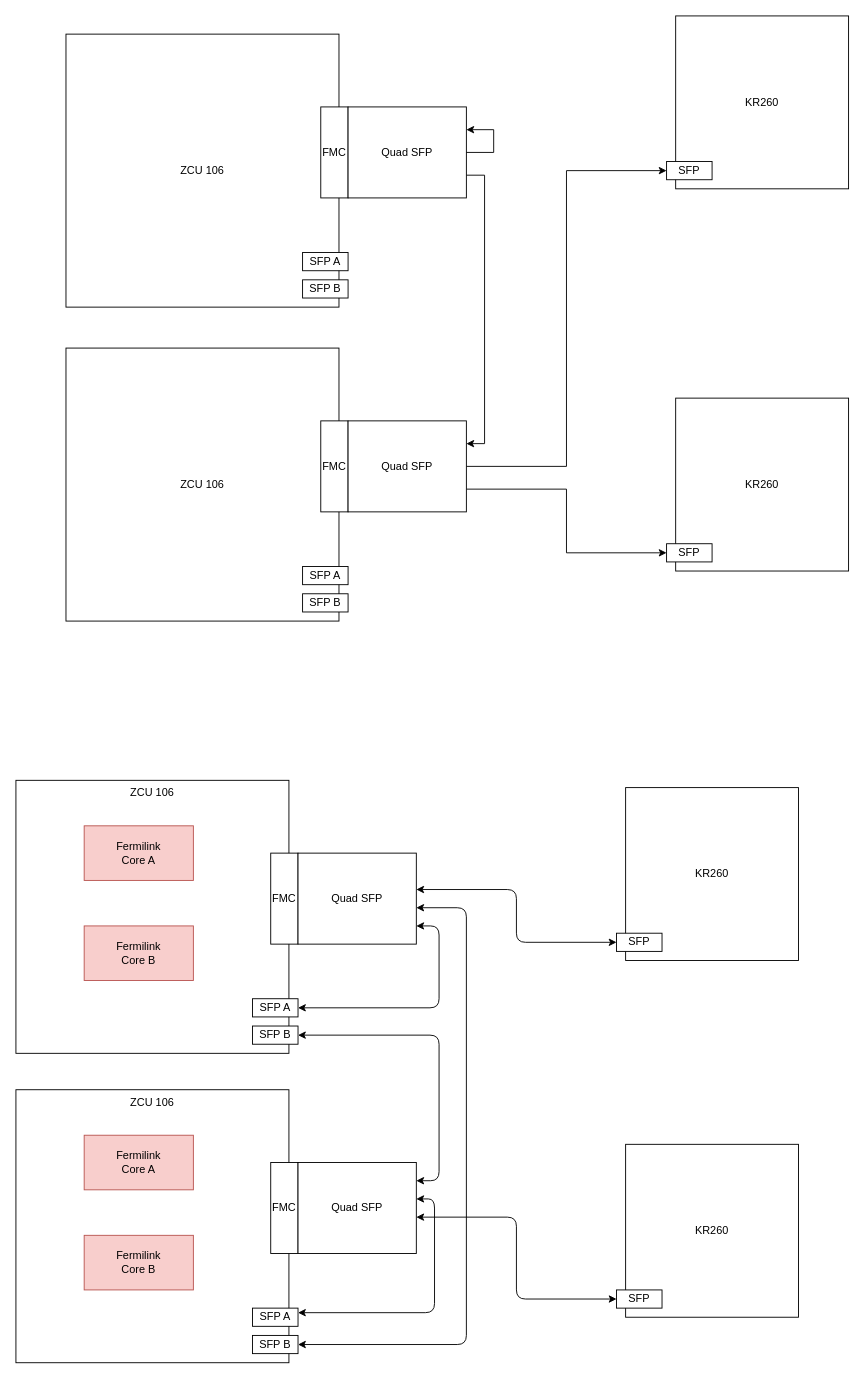
This is Fermilink_test_network.drawio from awhitbeck/drawio, a draw.io file, before an edit. Source tidied: cells renumbered, new cells numbered last; positions are measured from the earlier drawing's top-left corner, leaving out a move shared by most shapes. Both pictures are drawn from the tidied source at 91%, with x=0, y=0 at pixel (15, 15). Pictures stored in the file or linked from it are replaced by grey dashed boxes.
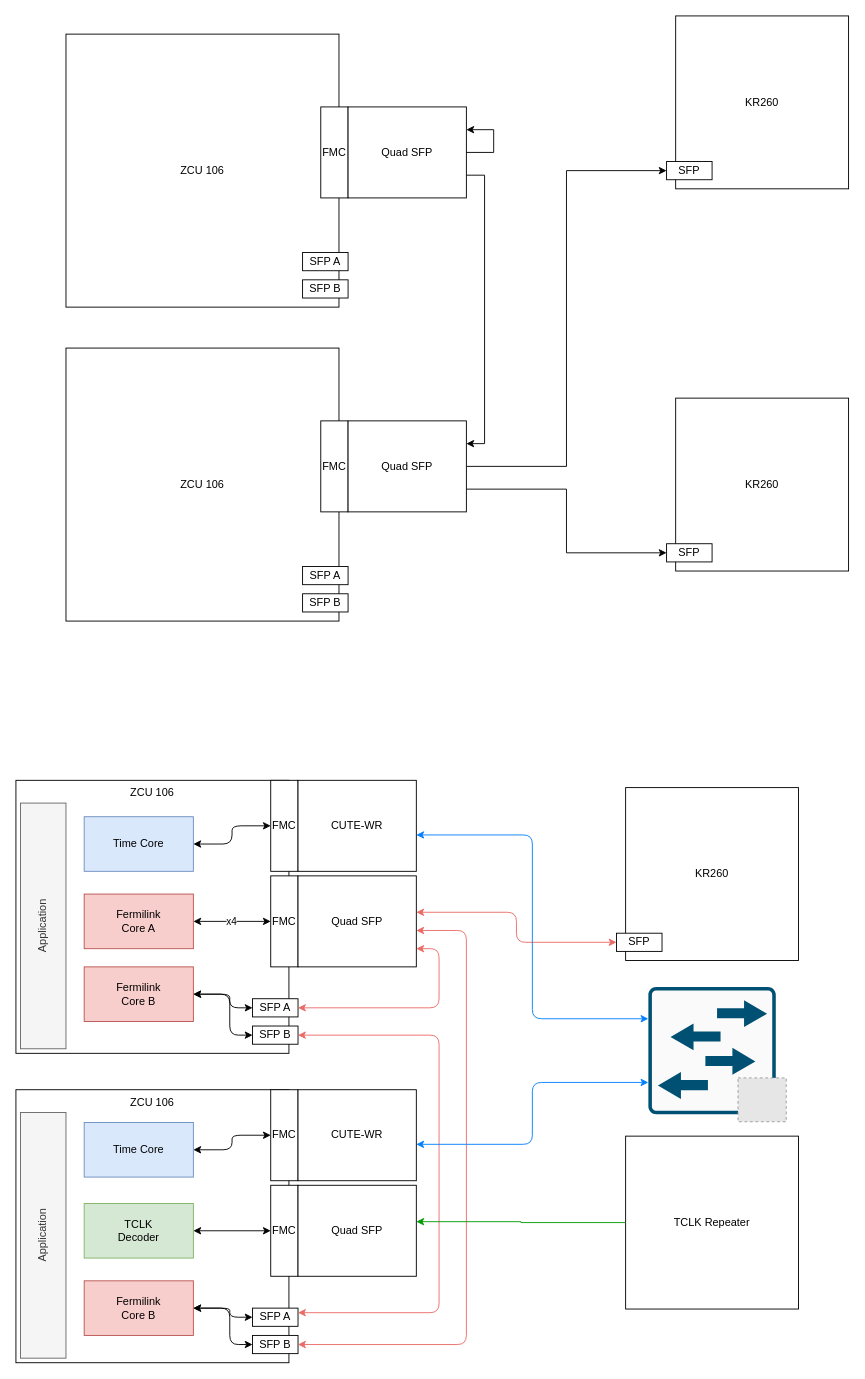
The same page after the edit.

The change refers to these unchanged cells:
```xml
<mxCell id="21" value="SFP B" style="rounded=0;whiteSpace=wrap;html=1;" parent="1" vertex="1">
  <mxGeometry x="260" y="1110" width="50" height="20" as="geometry" />
</mxCell>
<mxCell id="23" value="SFP A" style="rounded=0;whiteSpace=wrap;html=1;" parent="1" vertex="1">
  <mxGeometry x="260" y="1080" width="50" height="20" as="geometry" />
</mxCell>
<mxCell id="29" value="SFP" style="rounded=0;whiteSpace=wrap;html=1;" parent="1" vertex="1">
  <mxGeometry x="660" y="1008" width="50" height="20" as="geometry" />
</mxCell>
<mxCell id="35" value="SFP B" style="rounded=0;whiteSpace=wrap;html=1;" parent="1" vertex="1">
  <mxGeometry x="260" y="1450" width="50" height="20" as="geometry" />
</mxCell>
<mxCell id="36" value="SFP A" style="rounded=0;whiteSpace=wrap;html=1;" parent="1" vertex="1">
  <mxGeometry x="260" y="1420" width="50" height="20" as="geometry" />
</mxCell>
```

Diff of the diagram source:
```diff
@@
+    <mxCell id="44" style="edgeStyle=orthogonalEdgeStyle;rounded=1;jettySize=auto;html=1;exitX=0;exitY=0.5;exitDx=0;exitDy=0;entryX=1;entryY=0.5;entryDx=0;entryDy=0;curved=0;startArrow=classic;startFill=1;" parent="1" edge="1" source="21" target="33">
+      <mxGeometry relative="1" as="geometry">
+        <Array as="points">
+          <mxPoint x="235" y="1120" />
+          <mxPoint x="235" y="1075" />
+        </Array>
+      </mxGeometry>
+    </mxCell>
@@
-    <mxCell id="22" style="edgeStyle=orthogonalEdgeStyle;rounded=1;jettySize=auto;html=1;exitX=1;exitY=0.5;exitDx=0;exitDy=0;entryX=1;entryY=0.2;entryDx=0;entryDy=0;entryPerimeter=0;startArrow=classic;startFill=1;curved=0;" parent="1" edge="1" source="21" target="40">
+    <mxCell id="22" style="edgeStyle=orthogonalEdgeStyle;rounded=1;jettySize=auto;html=1;exitX=1;exitY=0.5;exitDx=0;exitDy=0;entryX=1;entryY=0.25;entryDx=0;entryDy=0;startArrow=classic;startFill=1;curved=0;strokeColor=#EA6B66;" parent="1" edge="1" source="21" target="36">
       <mxGeometry relative="1" as="geometry">
         <Array as="points">
           <mxPoint x="465" y="1120" />
-          <mxPoint x="465" y="1280" />
+          <mxPoint x="465" y="1425" />
         </Array>
       </mxGeometry>
     </mxCell>
+    <mxCell id="45" style="edgeStyle=orthogonalEdgeStyle;rounded=1;jettySize=auto;html=1;exitX=0;exitY=0.5;exitDx=0;exitDy=0;entryX=1;entryY=0.5;entryDx=0;entryDy=0;curved=0;startArrow=classic;startFill=1;" parent="1" edge="1" source="23" target="33">
+      <mxGeometry relative="1" as="geometry">
+        <Array as="points">
+          <mxPoint x="235" y="1090" />
+          <mxPoint x="235" y="1075" />
+        </Array>
+      </mxGeometry>
+    </mxCell>
@@
+    <mxCell id="46" value="x4" style="edgeStyle=orthogonalEdgeStyle;rounded=1;jettySize=auto;html=1;exitX=0;exitY=0.5;exitDx=0;exitDy=0;entryX=1;entryY=0.5;entryDx=0;entryDy=0;startArrow=classic;startFill=1;curved=0;" parent="1" edge="1" source="24" target="32">
+      <mxGeometry relative="1" as="geometry" />
+    </mxCell>
     <mxCell id="24" value="FMC" style="rounded=0;whiteSpace=wrap;html=1;" parent="1" vertex="1">
-      <mxGeometry x="280" y="920" width="30" height="100" as="geometry" />
+      <mxGeometry x="280" y="945" width="30" height="100" as="geometry" />
     </mxCell>
-    <mxCell id="25" style="edgeStyle=orthogonalEdgeStyle;rounded=1;jettySize=auto;html=1;exitX=1;exitY=0.8;exitDx=0;exitDy=0;exitPerimeter=0;entryX=1;entryY=0.5;entryDx=0;entryDy=0;startArrow=classic;startFill=1;curved=0;" parent="1" edge="1" source="27" target="23">
+    <mxCell id="25" style="edgeStyle=orthogonalEdgeStyle;rounded=1;jettySize=auto;html=1;exitX=1;exitY=0.8;exitDx=0;exitDy=0;exitPerimeter=0;entryX=1;entryY=0.5;entryDx=0;entryDy=0;startArrow=classic;startFill=1;curved=0;strokeColor=#EA6B66;" parent="1" edge="1" source="27" target="23">
       <mxGeometry relative="1" as="geometry">
         <Array as="points">
-          <mxPoint x="465" y="1000" />
+          <mxPoint x="465" y="1025" />
           <mxPoint x="465" y="1090" />
         </Array>
       </mxGeometry>
     </mxCell>
-    <mxCell id="26" style="edgeStyle=orthogonalEdgeStyle;rounded=1;jettySize=auto;html=1;exitX=1;exitY=0.4;exitDx=0;exitDy=0;exitPerimeter=0;entryX=0;entryY=0.5;entryDx=0;entryDy=0;startArrow=classic;startFill=1;curved=0;" parent="1" edge="1" source="27" target="29">
+    <mxCell id="26" style="edgeStyle=orthogonalEdgeStyle;rounded=1;jettySize=auto;html=1;exitX=1;exitY=0.4;exitDx=0;exitDy=0;exitPerimeter=0;entryX=0;entryY=0.5;entryDx=0;entryDy=0;startArrow=classic;startFill=1;curved=0;strokeColor=#EA6B66;" parent="1" edge="1" source="27" target="29">
       <mxGeometry relative="1" as="geometry" />
     </mxCell>
     <mxCell id="27" value="Quad SFP" style="rounded=0;whiteSpace=wrap;html=1;points=[[0,0,0,0,0],[0,0.25,0,0,0],[0,0.5,0,0,0],[0,0.75,0,0,0],[0,1,0,0,0],[0.25,0,0,0,0],[0.25,1,0,0,0],[0.5,0,0,0,0],[0.5,1,0,0,0],[0.75,0,0,0,0],[0.75,1,0,0,0],[1,0,0,0,0],[1,0.2,0,0,0],[1,0.4,0,0,0],[1,0.6,0,0,0],[1,0.8,0,0,0],[1,1,0,0,0]];" parent="1" vertex="1">
-      <mxGeometry x="310" y="920" width="130" height="100" as="geometry" />
+      <mxGeometry x="310" y="945" width="130" height="100" as="geometry" />
     </mxCell>
@@
-    <mxCell id="30" value="KR260" style="rounded=0;whiteSpace=wrap;html=1;" parent="1" vertex="1">
-      <mxGeometry x="670" y="1240" width="190" height="190" as="geometry" />
-    </mxCell>
-    <mxCell id="31" value="SFP" style="rounded=0;whiteSpace=wrap;html=1;" parent="1" vertex="1">
-      <mxGeometry x="660" y="1400" width="50" height="20" as="geometry" />
-    </mxCell>
     <mxCell id="32" value="Fermilink &lt;br&gt;Core A" style="rounded=0;whiteSpace=wrap;html=1;fillColor=#f8cecc;strokeColor=#b85450;" parent="1" vertex="1">
-      <mxGeometry x="75" y="890" width="120" height="60" as="geometry" />
+      <mxGeometry x="75" y="965" width="120" height="60" as="geometry" />
     </mxCell>
     <mxCell id="33" value="Fermilink &lt;br&gt;Core B" style="rounded=0;whiteSpace=wrap;html=1;fillColor=#f8cecc;strokeColor=#b85450;" parent="1" vertex="1">
-      <mxGeometry x="75" y="1000" width="120" height="60" as="geometry" />
+      <mxGeometry x="75" y="1045" width="120" height="60" as="geometry" />
     </mxCell>
@@
+    <mxCell id="47" style="edgeStyle=orthogonalEdgeStyle;rounded=1;jettySize=auto;html=1;exitX=0;exitY=0.5;exitDx=0;exitDy=0;startArrow=classic;startFill=1;curved=0;entryX=1;entryY=0.5;entryDx=0;entryDy=0;" parent="1" edge="1" source="35" target="42">
+      <mxGeometry relative="1" as="geometry">
+        <Array as="points">
+          <mxPoint x="235" y="1460" />
+          <mxPoint x="235" y="1420" />
+        </Array>
+      </mxGeometry>
+    </mxCell>
@@
+    <mxCell id="48" style="edgeStyle=orthogonalEdgeStyle;rounded=1;jettySize=auto;html=1;exitX=0;exitY=0.5;exitDx=0;exitDy=0;entryX=1;entryY=0.5;entryDx=0;entryDy=0;startArrow=classic;startFill=1;curved=0;" parent="1" edge="1" source="36" target="42">
+      <mxGeometry relative="1" as="geometry">
+        <Array as="points">
+          <mxPoint x="235" y="1430" />
+          <mxPoint x="235" y="1420" />
+        </Array>
+      </mxGeometry>
+    </mxCell>
@@
+    <mxCell id="49" style="edgeStyle=orthogonalEdgeStyle;rounded=1;jettySize=auto;html=1;exitX=0;exitY=0.5;exitDx=0;exitDy=0;entryX=1;entryY=0.5;entryDx=0;entryDy=0;startArrow=classic;startFill=1;curved=0;" parent="1" edge="1" source="37" target="41">
+      <mxGeometry relative="1" as="geometry" />
+    </mxCell>
     <mxCell id="37" value="FMC" style="rounded=0;whiteSpace=wrap;html=1;" parent="1" vertex="1">
-      <mxGeometry x="280" y="1260" width="30" height="100" as="geometry" />
+      <mxGeometry x="280" y="1285" width="30" height="100" as="geometry" />
     </mxCell>
-    <mxCell id="38" style="edgeStyle=orthogonalEdgeStyle;rounded=1;jettySize=auto;html=1;exitX=1;exitY=0.4;exitDx=0;exitDy=0;exitPerimeter=0;entryX=1;entryY=0.25;entryDx=0;entryDy=0;startArrow=classic;startFill=1;curved=0;" parent="1" edge="1" source="40" target="36">
-      <mxGeometry relative="1" as="geometry" />
-    </mxCell>
-    <mxCell id="39" style="edgeStyle=orthogonalEdgeStyle;rounded=1;jettySize=auto;html=1;exitX=1;exitY=0.6;exitDx=0;exitDy=0;exitPerimeter=0;entryX=0;entryY=0.5;entryDx=0;entryDy=0;startArrow=classic;startFill=1;curved=0;" parent="1" edge="1" source="40" target="31">
-      <mxGeometry relative="1" as="geometry" />
-    </mxCell>
     <mxCell id="40" value="Quad SFP" style="rounded=0;whiteSpace=wrap;html=1;points=[[0,0,0,0,0],[0,0.25,0,0,0],[0,0.5,0,0,0],[0,0.75,0,0,0],[0,1,0,0,0],[0.25,0,0,0,0],[0.25,1,0,0,0],[0.5,0,0,0,0],[0.5,1,0,0,0],[0.75,0,0,0,0],[0.75,1,0,0,0],[1,0,0,0,0],[1,0.2,0,0,0],[1,0.4,0,0,0],[1,0.6,0,0,0],[1,0.8,0,0,0],[1,1,0,0,0]];" parent="1" vertex="1">
-      <mxGeometry x="310" y="1260" width="130" height="100" as="geometry" />
+      <mxGeometry x="310" y="1285" width="130" height="100" as="geometry" />
     </mxCell>
-    <mxCell id="41" value="Fermilink &lt;br&gt;Core A" style="rounded=0;whiteSpace=wrap;html=1;fillColor=#f8cecc;strokeColor=#b85450;" parent="1" vertex="1">
-      <mxGeometry x="75" y="1230" width="120" height="60" as="geometry" />
+    <mxCell id="41" value="TCLK&lt;br&gt;Decoder" style="rounded=0;whiteSpace=wrap;html=1;fillColor=#d5e8d4;strokeColor=#82b366;" parent="1" vertex="1">
+      <mxGeometry x="75" y="1305" width="120" height="60" as="geometry" />
     </mxCell>
     <mxCell id="42" value="Fermilink &lt;br&gt;Core B" style="rounded=0;whiteSpace=wrap;html=1;fillColor=#f8cecc;strokeColor=#b85450;" parent="1" vertex="1">
-      <mxGeometry x="75" y="1340" width="120" height="60" as="geometry" />
+      <mxGeometry x="75" y="1390" width="120" height="60" as="geometry" />
     </mxCell>
-    <mxCell id="43" style="edgeStyle=orthogonalEdgeStyle;rounded=1;jettySize=auto;html=1;exitX=1;exitY=0.5;exitDx=0;exitDy=0;entryX=1;entryY=0.6;entryDx=0;entryDy=0;entryPerimeter=0;startArrow=classic;startFill=1;curved=0;" parent="1" edge="1" source="35" target="27">
+    <mxCell id="43" style="edgeStyle=orthogonalEdgeStyle;rounded=1;jettySize=auto;html=1;exitX=1;exitY=0.5;exitDx=0;exitDy=0;entryX=1;entryY=0.6;entryDx=0;entryDy=0;entryPerimeter=0;startArrow=classic;startFill=1;curved=0;strokeColor=#EA6B66;" parent="1" edge="1" source="35" target="27">
       <mxGeometry relative="1" as="geometry">
         <Array as="points">
           <mxPoint x="495" y="1460" />
-          <mxPoint x="495" y="980" />
+          <mxPoint x="495" y="1005" />
         </Array>
       </mxGeometry>
     </mxCell>
+    <mxCell id="50" value="FMC" style="rounded=0;whiteSpace=wrap;html=1;" parent="1" vertex="1">
+      <mxGeometry x="280" y="840" width="30" height="100" as="geometry" />
+    </mxCell>
+    <mxCell id="51" value="FMC" style="rounded=0;whiteSpace=wrap;html=1;" parent="1" vertex="1">
+      <mxGeometry x="280" y="1180" width="30" height="100" as="geometry" />
+    </mxCell>
+    <mxCell id="52" value="CUTE-WR" style="rounded=0;whiteSpace=wrap;html=1;points=[[0,0,0,0,0],[0,0.25,0,0,0],[0,0.5,0,0,0],[0,0.75,0,0,0],[0,1,0,0,0],[0.25,0,0,0,0],[0.25,1,0,0,0],[0.5,0,0,0,0],[0.5,1,0,0,0],[0.75,0,0,0,0],[0.75,1,0,0,0],[1,0,0,0,0],[1,0.2,0,0,0],[1,0.4,0,0,0],[1,0.6,0,0,0],[1,0.8,0,0,0],[1,1,0,0,0]];" parent="1" vertex="1">
+      <mxGeometry x="310" y="840" width="130" height="100" as="geometry" />
+    </mxCell>
+    <mxCell id="53" value="CUTE-WR" style="rounded=0;whiteSpace=wrap;html=1;points=[[0,0,0,0,0],[0,0.25,0,0,0],[0,0.5,0,0,0],[0,0.75,0,0,0],[0,1,0,0,0],[0.25,0,0,0,0],[0.25,1,0,0,0],[0.5,0,0,0,0],[0.5,1,0,0,0],[0.75,0,0,0,0],[0.75,1,0,0,0],[1,0,0,0,0],[1,0.2,0,0,0],[1,0.4,0,0,0],[1,0.6,0,0,0],[1,0.8,0,0,0],[1,1,0,0,0]];" parent="1" vertex="1">
+      <mxGeometry x="310" y="1180" width="130" height="100" as="geometry" />
+    </mxCell>
+    <mxCell id="54" style="group;" parent="1" vertex="1">
+      <mxGeometry x="695" y="1067" width="151.5" height="148.2" as="geometry" />
+    </mxCell>
+    <mxCell id="55" style="sketch=0;points=[[0.015,0.015,0],[0.985,0.015,0],[0.985,0.985,0],[0.015,0.985,0],[0.25,0,0],[0.5,0,0],[0.75,0,0],[1,0.25,0],[1,0.5,0],[1,0.75,0],[0.75,1,0],[0.5,1,0],[0.25,1,0],[0,0.75,0],[0,0.5,0],[0,0.25,0]];verticalLabelPosition=bottom;html=1;verticalAlign=top;align=center;shape=mxgraph.cisco19.rect;prIcon=l2_switch;fillColor=#FAFAFA;strokeColor=#005073;" parent="54" vertex="1">
+      <mxGeometry width="140" height="140" as="geometry" />
+    </mxCell>
+    <mxCell id="56" style="fillColor=#E6E6E6;strokeColor=#999999;dashed=1;verticalLabelPosition=bottom;labelBackgroundColor=default;verticalAlign=top;" parent="54" vertex="1">
+      <mxGeometry x="98.5" y="100" width="53" height="48.2" as="geometry" />
+    </mxCell>
+    <mxCell id="57" style="edgeStyle=orthogonalEdgeStyle;rounded=1;jettySize=auto;html=1;exitX=1;exitY=0.6;exitDx=0;exitDy=0;exitPerimeter=0;entryX=0;entryY=0.75;entryDx=0;entryDy=0;entryPerimeter=0;curved=0;startArrow=classic;startFill=1;strokeColor=#007FFF;" parent="1" edge="1" source="53" target="55">
+      <mxGeometry relative="1" as="geometry" />
+    </mxCell>
+    <mxCell id="58" style="edgeStyle=orthogonalEdgeStyle;rounded=1;jettySize=auto;html=1;exitX=1;exitY=0.6;exitDx=0;exitDy=0;exitPerimeter=0;entryX=0;entryY=0.25;entryDx=0;entryDy=0;entryPerimeter=0;curved=0;startArrow=classic;startFill=1;strokeColor=#007FFF;" parent="1" edge="1" source="52" target="55">
+      <mxGeometry relative="1" as="geometry" />
+    </mxCell>
+    <mxCell id="59" value="TCLK Repeater" style="rounded=0;whiteSpace=wrap;html=1;" parent="1" vertex="1">
+      <mxGeometry x="670" y="1231" width="190" height="190" as="geometry" />
+    </mxCell>
+    <mxCell id="60" style="edgeStyle=orthogonalEdgeStyle;rounded=0;jettySize=auto;html=1;exitX=0;exitY=0.5;exitDx=0;exitDy=0;entryX=1;entryY=0.4;entryDx=0;entryDy=0;entryPerimeter=0;strokeColor=#009900;" parent="1" edge="1" source="59" target="40">
+      <mxGeometry relative="1" as="geometry" />
+    </mxCell>
+    <mxCell id="61" value="Application" style="rounded=0;whiteSpace=wrap;html=1;rotation=-90;fillColor=#f5f5f5;fontColor=#333333;strokeColor=#666666;" parent="1" vertex="1">
+      <mxGeometry x="-105" y="975" width="270" height="50" as="geometry" />
+    </mxCell>
+    <mxCell id="62" value="Application" style="rounded=0;whiteSpace=wrap;html=1;rotation=-90;fillColor=#f5f5f5;fontColor=#333333;strokeColor=#666666;" parent="1" vertex="1">
+      <mxGeometry x="-105" y="1315" width="270" height="50" as="geometry" />
+    </mxCell>
+    <mxCell id="63" style="edgeStyle=orthogonalEdgeStyle;rounded=1;jettySize=auto;html=1;exitX=1;exitY=0.5;exitDx=0;exitDy=0;entryX=0;entryY=0.5;entryDx=0;entryDy=0;startArrow=classic;startFill=1;curved=0;" parent="1" edge="1" source="64" target="50">
+      <mxGeometry relative="1" as="geometry" />
+    </mxCell>
+    <mxCell id="64" value="Time Core" style="rounded=0;whiteSpace=wrap;html=1;fillColor=#dae8fc;strokeColor=#6c8ebf;" parent="1" vertex="1">
+      <mxGeometry x="75" y="880" width="120" height="60" as="geometry" />
+    </mxCell>
+    <mxCell id="65" style="edgeStyle=orthogonalEdgeStyle;rounded=1;jettySize=auto;html=1;exitX=1;exitY=0.5;exitDx=0;exitDy=0;entryX=0;entryY=0.5;entryDx=0;entryDy=0;fillColor=#dae8fc;strokeColor=#000000;curved=0;startArrow=classic;startFill=1;" parent="1" edge="1" source="66" target="51">
+      <mxGeometry relative="1" as="geometry" />
+    </mxCell>
+    <mxCell id="66" value="Time Core" style="rounded=0;whiteSpace=wrap;html=1;fillColor=#dae8fc;strokeColor=#6c8ebf;" parent="1" vertex="1">
+      <mxGeometry x="75" y="1216" width="120" height="60" as="geometry" />
+    </mxCell>
```
